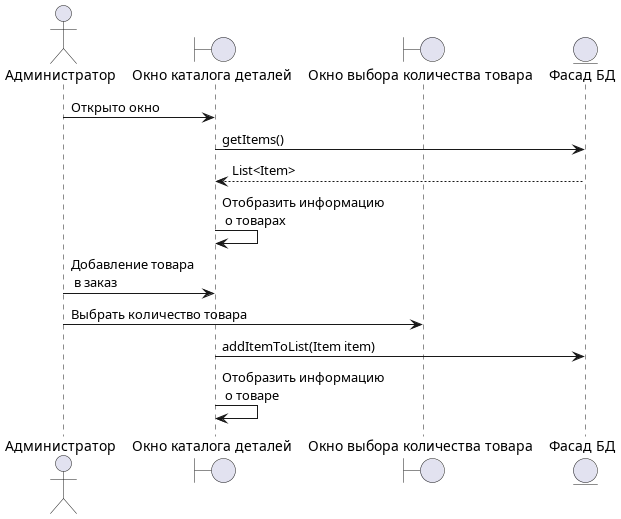
Before: uml-диаграммы/out/Диаграмма последовательности/Диаграмма_последовательности_Добавить_товар_в_заказ/Диаграмма последовательности добавления новых товаров.png, a diagram exported from PlantUML (BombasticFantastik/PIS_Course_work). Source of this version:
```plantuml
@startuml Диаграмма последовательности добавления новых товаров

actor Admin as "Администратор"

boundary item_list as "Окно каталога деталей"
boundary count_window as "Окно выбора количества товара"

entity facade as "Фасад БД"

Admin -> item_list : Открыто окно

item_list -> facade : getItems()
facade --> item_list : List<Item>

item_list -> item_list: Отобразить информацию \n о товарах

Admin -> item_list : Добавление товара \n в заказ

Admin ->count_window:Выбрать количество товара
item_list->facade : addItemToList(Item item)
item_list -> item_list : Отобразить информацию \n о товаре

@enduml
```
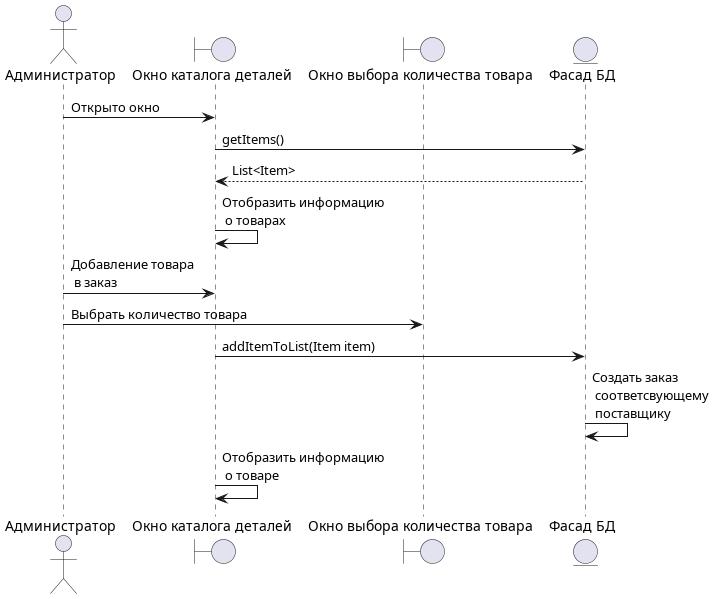
After the change.

Change to the diagram source:
```diff
@@ -18,6 +18,7 @@
 
 Admin ->count_window:Выбрать количество товара
 item_list->facade : addItemToList(Item item)
+facade -> facade : Создать заказ \n соответсвующему \n поставщику
 item_list -> item_list : Отобразить информацию \n о товаре
 
 @enduml
```
